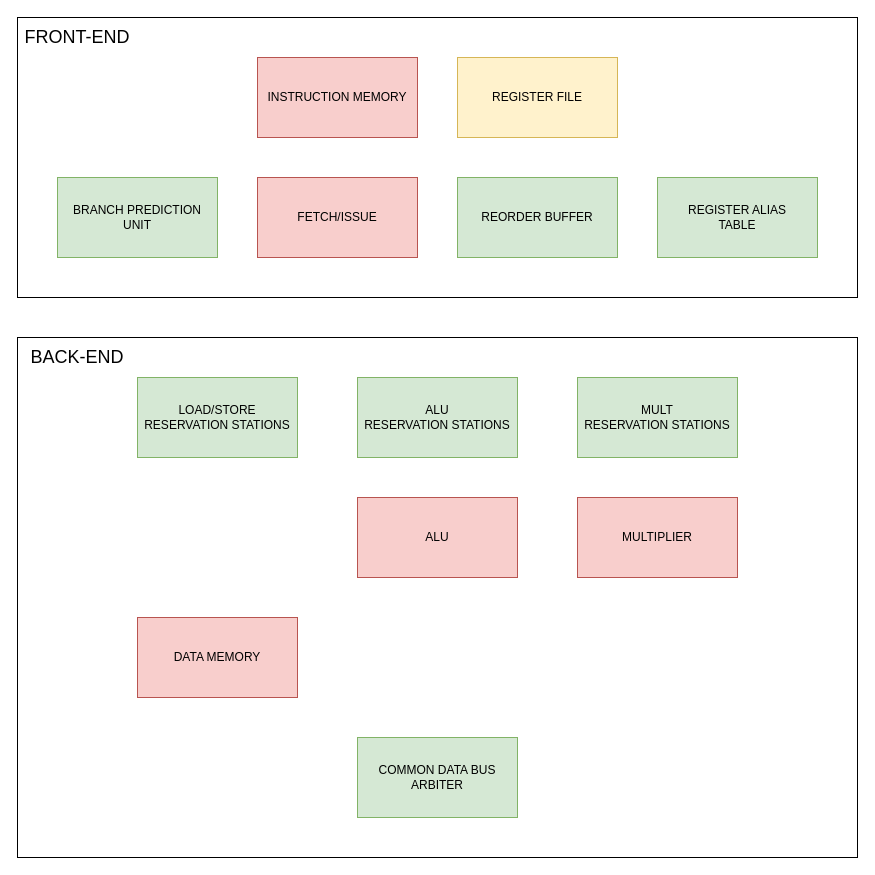
Earlier version of the draw.io diagram docs/dlx_wip_tracker.drawio (lorenzobadas/DLX). Source tidied: cells renumbered, new cells numbered last; positions are measured from the earlier drawing's top-left corner, leaving out a move shared by most shapes. Both pictures are drawn from the tidied source at 100%, with x=0, y=0 at pixel (17, 17).
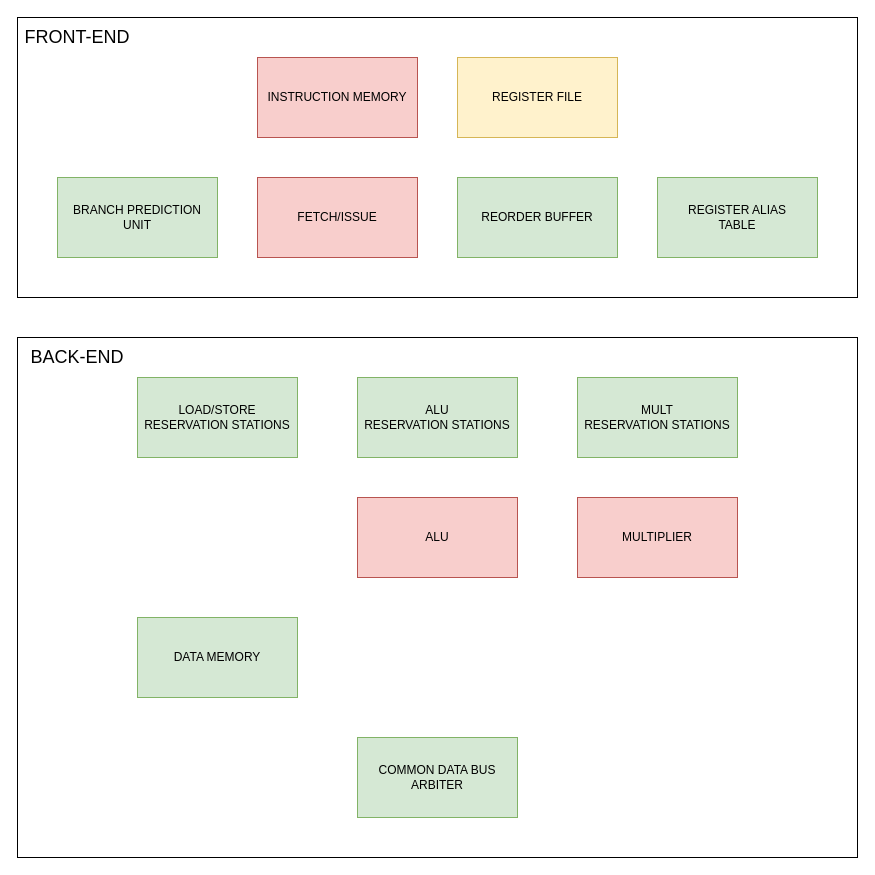
The same diagram, later.

Commit message:
update progress tracker

The edit, as a diff of the source:
```diff
@@
 <mxGraphModel>
   <root>
     <mxCell id="0" />
     <mxCell id="1" parent="0" />
     <mxCell id="2" style="rounded=0;whiteSpace=wrap;html=1;fillColor=none;align=left;" parent="1" vertex="1">
       <mxGeometry width="840" height="280" as="geometry" />
     </mxCell>
     <mxCell id="3" style="rounded=0;whiteSpace=wrap;html=1;fillColor=none;" parent="1" vertex="1">
       <mxGeometry y="320" width="840" height="520" as="geometry" />
     </mxCell>
     <mxCell id="4" value="FETCH/ISSUE" style="rounded=0;whiteSpace=wrap;html=1;fillColor=#f8cecc;strokeColor=#b85450;" parent="1" vertex="1">
       <mxGeometry x="240" y="160" width="160" height="80" as="geometry" />
     </mxCell>
     <mxCell id="5" value="&lt;div&gt;ALU&lt;/div&gt;&lt;div&gt;RESERVATION STATIONS&lt;/div&gt;" style="rounded=0;whiteSpace=wrap;html=1;fillColor=#d5e8d4;strokeColor=#82b366;" parent="1" vertex="1">
       <mxGeometry x="340" y="360" width="160" height="80" as="geometry" />
     </mxCell>
     <mxCell id="6" value="LOAD/STORE RESERVATION STATIONS" style="rounded=0;whiteSpace=wrap;html=1;fillColor=#d5e8d4;strokeColor=#82b366;" parent="1" vertex="1">
       <mxGeometry x="120" y="360" width="160" height="80" as="geometry" />
     </mxCell>
     <mxCell id="7" value="MULT&lt;div&gt;RESERVATION STATIONS&lt;/div&gt;" style="rounded=0;whiteSpace=wrap;html=1;fillColor=#d5e8d4;strokeColor=#82b366;" parent="1" vertex="1">
       <mxGeometry x="560" y="360" width="160" height="80" as="geometry" />
     </mxCell>
     <mxCell id="8" value="BRANCH PREDICTION UNIT" style="rounded=0;whiteSpace=wrap;html=1;fillColor=#d5e8d4;strokeColor=#82b366;" parent="1" vertex="1">
       <mxGeometry x="40" y="160" width="160" height="80" as="geometry" />
     </mxCell>
     <mxCell id="9" value="REORDER BUFFER" style="rounded=0;whiteSpace=wrap;html=1;fillColor=#d5e8d4;strokeColor=#82b366;" parent="1" vertex="1">
       <mxGeometry x="440" y="160" width="160" height="80" as="geometry" />
     </mxCell>
     <mxCell id="10" value="REGISTER FILE" style="rounded=0;whiteSpace=wrap;html=1;fillColor=#fff2cc;strokeColor=#d6b656;" parent="1" vertex="1">
       <mxGeometry x="440" y="40" width="160" height="80" as="geometry" />
     </mxCell>
     <mxCell id="11" value="ALU" style="rounded=0;whiteSpace=wrap;html=1;fillColor=#f8cecc;strokeColor=#b85450;" parent="1" vertex="1">
       <mxGeometry x="340" y="480" width="160" height="80" as="geometry" />
     </mxCell>
     <mxCell id="12" value="MULTIPLIER" style="rounded=0;whiteSpace=wrap;html=1;fillColor=#f8cecc;strokeColor=#b85450;" parent="1" vertex="1">
       <mxGeometry x="560" y="480" width="160" height="80" as="geometry" />
     </mxCell>
-    <mxCell id="13" value="DATA MEMORY" style="rounded=0;whiteSpace=wrap;html=1;fillColor=#f8cecc;strokeColor=#b85450;" parent="1" vertex="1">
+    <mxCell id="13" value="DATA MEMORY" style="rounded=0;whiteSpace=wrap;html=1;fillColor=#d5e8d4;strokeColor=#82b366;" parent="1" vertex="1">
       <mxGeometry x="120" y="600" width="160" height="80" as="geometry" />
     </mxCell>
     <mxCell id="14" value="INSTRUCTION MEMORY" style="rounded=0;whiteSpace=wrap;html=1;fillColor=#f8cecc;strokeColor=#b85450;" parent="1" vertex="1">
       <mxGeometry x="240" y="40" width="160" height="80" as="geometry" />
     </mxCell>
     <mxCell id="15" value="COMMON DATA BUS&lt;div&gt;ARBITER&lt;/div&gt;" style="rounded=0;whiteSpace=wrap;html=1;fillColor=#d5e8d4;strokeColor=#82b366;" parent="1" vertex="1">
       <mxGeometry x="340" y="720" width="160" height="80" as="geometry" />
     </mxCell>
     <mxCell id="16" value="&lt;font style=&quot;font-size: 18px;&quot;&gt;FRONT-END&lt;/font&gt;" style="text;html=1;align=center;verticalAlign=middle;whiteSpace=wrap;rounded=0;" parent="1" vertex="1">
       <mxGeometry width="120" height="40" as="geometry" />
     </mxCell>
     <mxCell id="17" value="&lt;font style=&quot;font-size: 18px;&quot;&gt;BACK-END&lt;/font&gt;" style="text;html=1;align=center;verticalAlign=middle;whiteSpace=wrap;rounded=0;" parent="1" vertex="1">
       <mxGeometry y="320" width="120" height="40" as="geometry" />
     </mxCell>
     <mxCell id="18" value="REGISTER ALIAS&lt;div&gt;TABLE&lt;/div&gt;" style="rounded=0;whiteSpace=wrap;html=1;fillColor=#d5e8d4;strokeColor=#82b366;" parent="1" vertex="1">
       <mxGeometry x="640" y="160" width="160" height="80" as="geometry" />
     </mxCell>
   </root>
 </mxGraphModel>
```
